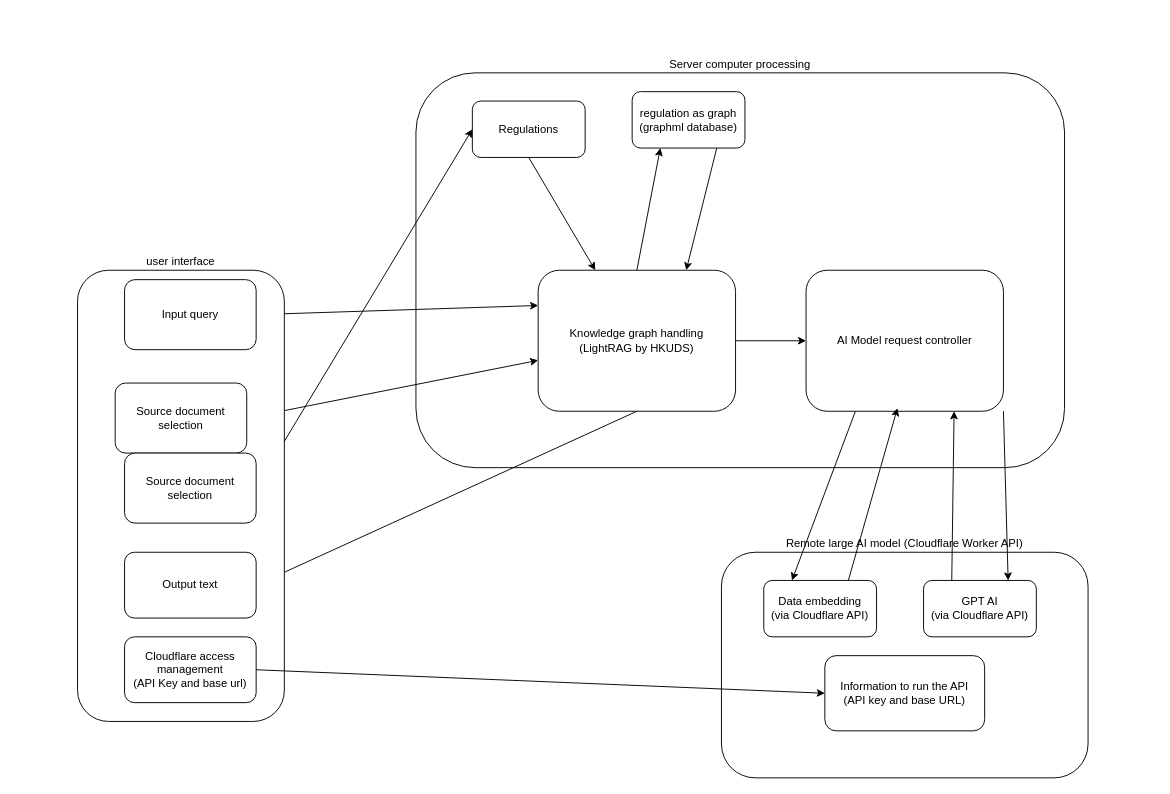
Earlier version of the draw.io diagram program_flowchart.drawio (ConLua-Tools/ConLua). Source tidied: cells renumbered, new cells numbered last; positions are measured from the earlier drawing's top-left corner, leaving out a move shared by most shapes. Both pictures are drawn from the tidied source at 94%, with x=0, y=0 at pixel (77, 72).
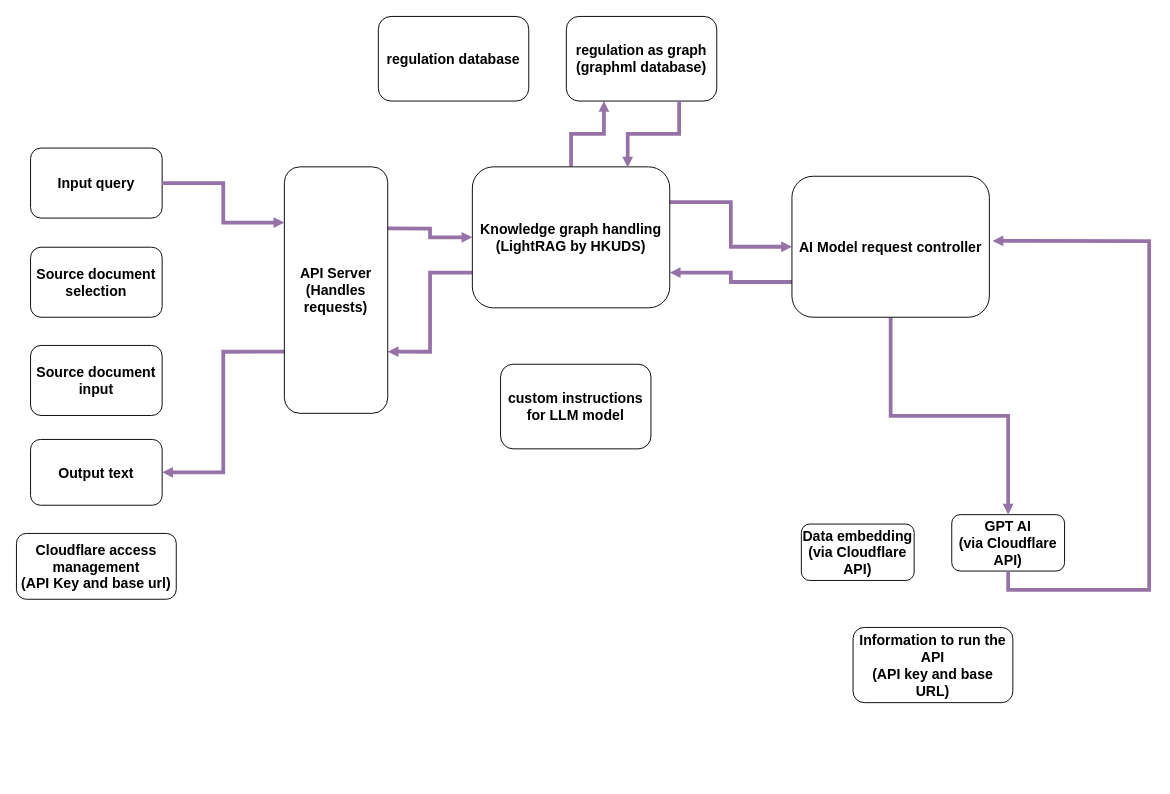
The same page after the edit.

What changed in the source:
```diff
@@
-    <mxCell id="2" value="Server computer processing" style="rounded=1;whiteSpace=wrap;html=1;labelPosition=center;verticalLabelPosition=top;align=center;verticalAlign=bottom;" parent="1" vertex="1">
-      <mxGeometry x="360" width="690" height="420" as="geometry" />
-    </mxCell>
-    <mxCell id="3" value="Remote large AI model (Cloudflare Worker API)" style="rounded=1;whiteSpace=wrap;html=1;labelPosition=center;verticalLabelPosition=top;align=center;verticalAlign=bottom;" parent="1" vertex="1">
-      <mxGeometry x="685" y="510" width="390" height="240" as="geometry" />
-    </mxCell>
-    <mxCell id="4" style="edgeStyle=none;shape=connector;rounded=0;jettySize=auto;html=1;exitX=1;exitY=0.5;exitDx=0;exitDy=0;strokeColor=default;align=center;verticalAlign=middle;fontFamily=Helvetica;fontSize=11;fontColor=default;labelBackgroundColor=default;endArrow=classic;entryX=0;entryY=0.25;entryDx=0;entryDy=0;" parent="1" edge="1" source="20" target="10">
-      <mxGeometry relative="1" as="geometry" />
-    </mxCell>
-    <mxCell id="5" style="rounded=0;jettySize=auto;html=1;exitX=0.5;exitY=1;exitDx=0;exitDy=0;" parent="1" edge="1" source="6" target="10">
-      <mxGeometry relative="1" as="geometry" />
-    </mxCell>
-    <mxCell id="6" value="Regulations" style="rounded=1;whiteSpace=wrap;html=1;" parent="1" vertex="1">
-      <mxGeometry x="420" y="30" width="120" height="60" as="geometry" />
-    </mxCell>
-    <mxCell id="7" style="edgeStyle=none;shape=connector;rounded=0;jettySize=auto;html=1;exitX=0.5;exitY=0;exitDx=0;exitDy=0;entryX=0.25;entryY=1;entryDx=0;entryDy=0;strokeColor=default;align=center;verticalAlign=middle;fontFamily=Helvetica;fontSize=11;fontColor=default;labelBackgroundColor=default;endArrow=classic;" parent="1" edge="1" source="10" target="15">
+    <mxCell id="7" style="edgeStyle=orthogonalEdgeStyle;rounded=0;jettySize=auto;html=1;exitX=0.5;exitY=0;exitDx=0;exitDy=0;entryX=0.25;entryY=1;entryDx=0;entryDy=0;strokeWidth=4;fillColor=#e1d5e7;strokeColor=#9673a6;endArrow=block;endFill=1;jumpSize=4;startSize=6;endSize=1;" parent="1" edge="1" source="10" target="15">
       <mxGeometry relative="1" as="geometry" />
     </mxCell>
-    <mxCell id="8" style="edgeStyle=none;shape=connector;rounded=0;jettySize=auto;html=1;exitX=0.5;exitY=1;exitDx=0;exitDy=0;entryX=1;entryY=0.5;entryDx=0;entryDy=0;strokeColor=default;align=center;verticalAlign=middle;fontFamily=Helvetica;fontSize=11;fontColor=default;labelBackgroundColor=default;endArrow=classic;" parent="1" edge="1" source="10" target="23">
-      <mxGeometry relative="1" as="geometry" />
-    </mxCell>
-    <mxCell id="9" style="edgeStyle=none;shape=connector;rounded=0;jettySize=auto;html=1;exitX=1;exitY=0.5;exitDx=0;exitDy=0;entryX=0;entryY=0.5;entryDx=0;entryDy=0;strokeColor=default;align=center;verticalAlign=middle;fontFamily=Helvetica;fontSize=11;fontColor=default;labelBackgroundColor=default;endArrow=classic;" parent="1" edge="1" source="10" target="30">
+    <mxCell id="9" style="edgeStyle=orthogonalEdgeStyle;rounded=0;jettySize=auto;html=1;exitX=1;exitY=0.25;exitDx=0;exitDy=0;entryX=0;entryY=0.5;entryDx=0;entryDy=0;strokeWidth=4;fillColor=#e1d5e7;strokeColor=#9673a6;endArrow=block;endFill=1;jumpSize=4;startSize=6;endSize=1;" parent="1" edge="1" source="10" target="30">
       <mxGeometry relative="1" as="geometry" />
     </mxCell>
+    <mxCell id="32" style="edgeStyle=orthogonalEdgeStyle;rounded=0;jettySize=auto;html=1;exitX=0;exitY=0.75;exitDx=0;exitDy=0;entryX=1;entryY=0.75;entryDx=0;entryDy=0;strokeWidth=4;fillColor=#e1d5e7;strokeColor=#9673a6;endArrow=block;endFill=1;jumpSize=4;startSize=6;endSize=1;" parent="1" edge="1" source="10" target="38">
+      <mxGeometry relative="1" as="geometry" />
+    </mxCell>
-    <mxCell id="10" value="&lt;div&gt;Knowledge graph handling&lt;/div&gt;&lt;div&gt;(LightRAG by HKUDS)&lt;/div&gt;" style="rounded=1;whiteSpace=wrap;html=1;" parent="1" vertex="1">
-      <mxGeometry x="490" y="210" width="210" height="150" as="geometry" />
+    <mxCell id="10" value="&lt;div&gt;Knowledge graph handling&lt;/div&gt;&lt;div&gt;(LightRAG by HKUDS)&lt;/div&gt;" style="rounded=1;whiteSpace=wrap;html=1;fontSize=15;fontStyle=1;" parent="1" vertex="1">
+      <mxGeometry x="420" y="100" width="210" height="150" as="geometry" />
     </mxCell>
-    <mxCell id="11" value="&lt;div&gt;Data embedding&lt;/div&gt;&lt;div&gt;(via Cloudflare API)&lt;/div&gt;" style="rounded=1;whiteSpace=wrap;html=1;" parent="1" vertex="1">
-      <mxGeometry x="730" y="540" width="120" height="60" as="geometry" />
+    <mxCell id="11" value="&lt;div&gt;Data embedding&lt;/div&gt;&lt;div&gt;(via Cloudflare API)&lt;/div&gt;" style="rounded=1;whiteSpace=wrap;html=1;fontSize=15;fontStyle=1;" parent="1" vertex="1">
+      <mxGeometry x="770" y="480" width="120" height="60" as="geometry" />
     </mxCell>
-    <mxCell id="12" style="edgeStyle=none;shape=connector;rounded=0;jettySize=auto;html=1;exitX=0.25;exitY=0;exitDx=0;exitDy=0;entryX=0.75;entryY=1;entryDx=0;entryDy=0;strokeColor=default;align=center;verticalAlign=middle;fontFamily=Helvetica;fontSize=11;fontColor=default;labelBackgroundColor=default;endArrow=classic;" parent="1" edge="1" source="13" target="30">
-      <mxGeometry relative="1" as="geometry" />
-    </mxCell>
-    <mxCell id="13" value="&lt;div&gt;GPT AI&lt;/div&gt;&lt;div&gt;(via Cloudflare API)&lt;/div&gt;" style="rounded=1;whiteSpace=wrap;html=1;" parent="1" vertex="1">
-      <mxGeometry x="900" y="540" width="120" height="60" as="geometry" />
+    <mxCell id="13" value="&lt;div&gt;GPT AI&lt;/div&gt;&lt;div&gt;(via Cloudflare API)&lt;/div&gt;" style="rounded=1;whiteSpace=wrap;html=1;fontSize=15;fontStyle=1;" parent="1" vertex="1">
+      <mxGeometry x="930" y="470" width="120" height="60" as="geometry" />
     </mxCell>
-    <mxCell id="14" style="edgeStyle=none;shape=connector;rounded=0;jettySize=auto;html=1;exitX=0.75;exitY=1;exitDx=0;exitDy=0;entryX=0.75;entryY=0;entryDx=0;entryDy=0;strokeColor=default;align=center;verticalAlign=middle;fontFamily=Helvetica;fontSize=11;fontColor=default;labelBackgroundColor=default;endArrow=classic;" parent="1" edge="1" source="15" target="10">
-      <mxGeometry relative="1" as="geometry" />
-    </mxCell>
-    <mxCell id="15" value="&lt;div&gt;regulation as graph&lt;/div&gt;&lt;div&gt;(graphml database)&lt;/div&gt;" style="rounded=1;whiteSpace=wrap;html=1;" parent="1" vertex="1">
-      <mxGeometry x="590" y="20" width="120" height="60" as="geometry" />
+    <mxCell id="15" value="&lt;div&gt;regulation as graph&lt;/div&gt;&lt;div&gt;(graphml database)&lt;/div&gt;" style="rounded=1;whiteSpace=wrap;html=1;fontSize=15;fontStyle=1;" parent="1" vertex="1">
+      <mxGeometry x="520" y="-60" width="160" height="90" as="geometry" />
     </mxCell>
-    <mxCell id="16" style="edgeStyle=none;shape=connector;rounded=0;jettySize=auto;html=1;exitX=1;exitY=0.5;exitDx=0;exitDy=0;strokeColor=default;align=center;verticalAlign=middle;fontFamily=Helvetica;fontSize=11;fontColor=default;labelBackgroundColor=default;endArrow=classic;" parent="1" edge="1" source="21" target="10">
-      <mxGeometry relative="1" as="geometry" />
-    </mxCell>
-    <mxCell id="17" style="edgeStyle=none;shape=connector;rounded=0;jettySize=auto;html=1;exitX=1;exitY=0.5;exitDx=0;exitDy=0;strokeColor=default;align=center;verticalAlign=middle;fontFamily=Helvetica;fontSize=11;fontColor=default;labelBackgroundColor=default;endArrow=classic;entryX=0;entryY=0.5;entryDx=0;entryDy=0;" parent="1" edge="1" source="22" target="6">
-      <mxGeometry relative="1" as="geometry" />
-    </mxCell>
-    <mxCell id="18" style="group;" parent="1" vertex="1">
-      <mxGeometry y="210" width="220" height="480" as="geometry" />
-    </mxCell>
-    <mxCell id="19" value="user interface" style="rounded=1;whiteSpace=wrap;html=1;labelPosition=center;verticalLabelPosition=top;align=center;verticalAlign=bottom;" parent="18" vertex="1">
-      <mxGeometry width="220" height="480" as="geometry" />
-    </mxCell>
+    <mxCell id="26" value="Information to run the API&lt;br&gt;(API key and base URL)" style="rounded=1;whiteSpace=wrap;html=1;fontSize=15;fontStyle=1;" parent="1" vertex="1">
+      <mxGeometry x="825" y="590" width="170" height="80" as="geometry" />
+    </mxCell>
+    <mxCell id="29" style="edgeStyle=orthogonalEdgeStyle;rounded=0;jettySize=auto;html=1;exitX=0.5;exitY=1;exitDx=0;exitDy=0;entryX=0.5;entryY=0;entryDx=0;entryDy=0;strokeWidth=4;fillColor=#e1d5e7;strokeColor=#9673a6;endArrow=block;endFill=1;jumpSize=4;startSize=6;endSize=1;" parent="1" edge="1" source="30" target="13">
+      <mxGeometry relative="1" as="geometry" />
+    </mxCell>
+    <mxCell id="33" style="edgeStyle=orthogonalEdgeStyle;rounded=0;jettySize=auto;html=1;exitX=0;exitY=0.75;exitDx=0;exitDy=0;entryX=1;entryY=0.75;entryDx=0;entryDy=0;strokeWidth=4;fillColor=#e1d5e7;strokeColor=#9673a6;endArrow=block;endFill=1;jumpSize=4;startSize=6;endSize=1;" parent="1" edge="1" source="30" target="10">
+      <mxGeometry relative="1" as="geometry" />
+    </mxCell>
+    <mxCell id="30" value="AI Model request controller" style="rounded=1;whiteSpace=wrap;html=1;fontSize=15;fontStyle=1;" parent="1" vertex="1">
+      <mxGeometry x="760" y="110" width="210" height="150" as="geometry" />
+    </mxCell>
-    <mxCell id="20" value="Input query" style="rounded=1;whiteSpace=wrap;html=1;" parent="18" vertex="1">
-      <mxGeometry x="50" y="10" width="140" height="74.5" as="geometry" />
+    <mxCell id="20" value="Input query" style="rounded=1;whiteSpace=wrap;html=1;fontSize=15;fontStyle=1;" parent="1" vertex="1">
+      <mxGeometry x="-50" y="80" width="140" height="74.5" as="geometry" />
     </mxCell>
-    <mxCell id="21" value="Source document selection" style="rounded=1;whiteSpace=wrap;html=1;" parent="18" vertex="1">
-      <mxGeometry x="40" y="120" width="140" height="74.5" as="geometry" />
+    <mxCell id="21" value="Source document selection" style="rounded=1;whiteSpace=wrap;html=1;fontSize=15;fontStyle=1;" parent="1" vertex="1">
+      <mxGeometry x="-50" y="185.5" width="140" height="74.5" as="geometry" />
     </mxCell>
-    <mxCell id="22" value="Source document selection" style="rounded=1;whiteSpace=wrap;html=1;" parent="18" vertex="1">
-      <mxGeometry x="50" y="194.5" width="140" height="74.5" as="geometry" />
+    <mxCell id="22" value="Source document input" style="rounded=1;whiteSpace=wrap;html=1;fontSize=15;fontStyle=1;" parent="1" vertex="1">
+      <mxGeometry x="-50" y="290" width="140" height="74.5" as="geometry" />
     </mxCell>
-    <mxCell id="23" value="Output text" style="rounded=1;whiteSpace=wrap;html=1;" parent="18" vertex="1">
-      <mxGeometry x="50" y="300" width="140" height="70" as="geometry" />
+    <mxCell id="23" value="Output text" style="rounded=1;whiteSpace=wrap;html=1;fontSize=15;fontStyle=1;" parent="1" vertex="1">
+      <mxGeometry x="-50" y="390" width="140" height="70" as="geometry" />
     </mxCell>
-    <mxCell id="24" style="edgeStyle=none;shape=connector;rounded=0;orthogonalLoop=1;jettySize=auto;html=1;exitX=0.25;exitY=1;exitDx=0;exitDy=0;strokeColor=default;align=center;verticalAlign=middle;fontFamily=Helvetica;fontSize=11;fontColor=default;labelBackgroundColor=default;endArrow=classic;" parent="18" edge="1" source="23" target="23">
+    <mxCell id="24" style="edgeStyle=none;shape=connector;rounded=0;orthogonalLoop=1;jettySize=auto;html=1;exitX=0.25;exitY=1;exitDx=0;exitDy=0;strokeColor=default;align=center;verticalAlign=middle;fontFamily=Helvetica;fontSize=15;fontColor=default;labelBackgroundColor=default;endArrow=classic;fontStyle=1;" parent="1" edge="1" source="23" target="23">
       <mxGeometry relative="1" as="geometry" />
     </mxCell>
-    <mxCell id="25" value="&lt;div&gt;Cloudflare access management&lt;/div&gt;&lt;div&gt;(API Key and base url)&lt;/div&gt;" style="rounded=1;whiteSpace=wrap;html=1;" parent="18" vertex="1">
-      <mxGeometry x="50" y="390" width="140" height="70" as="geometry" />
+    <mxCell id="25" value="&lt;div&gt;Cloudflare access management&lt;/div&gt;&lt;div&gt;(API Key and base url)&lt;/div&gt;" style="rounded=1;whiteSpace=wrap;html=1;fontSize=15;fontStyle=1;" parent="1" vertex="1">
+      <mxGeometry x="-65" y="490" width="170" height="70" as="geometry" />
     </mxCell>
-    <mxCell id="26" value="Information to run the API&lt;br&gt;(API key and base URL)" style="rounded=1;whiteSpace=wrap;html=1;" parent="1" vertex="1">
-      <mxGeometry x="795" y="620" width="170" height="80" as="geometry" />
-    </mxCell>
-    <mxCell id="27" style="edgeStyle=none;shape=connector;rounded=0;jettySize=auto;html=1;exitX=1;exitY=0.5;exitDx=0;exitDy=0;strokeColor=default;align=center;verticalAlign=middle;fontFamily=Helvetica;fontSize=11;fontColor=default;labelBackgroundColor=default;endArrow=classic;entryX=0;entryY=0.5;entryDx=0;entryDy=0;" parent="1" edge="1" source="25" target="26">
-      <mxGeometry relative="1" as="geometry" />
-    </mxCell>
-    <mxCell id="28" style="edgeStyle=none;shape=connector;rounded=0;jettySize=auto;html=1;exitX=0.25;exitY=1;exitDx=0;exitDy=0;entryX=0.25;entryY=0;entryDx=0;entryDy=0;strokeColor=default;align=center;verticalAlign=middle;fontFamily=Helvetica;fontSize=11;fontColor=default;labelBackgroundColor=default;endArrow=classic;" parent="1" edge="1" source="30" target="11">
-      <mxGeometry relative="1" as="geometry" />
-    </mxCell>
-    <mxCell id="29" style="edgeStyle=none;shape=connector;rounded=0;jettySize=auto;html=1;exitX=1;exitY=1;exitDx=0;exitDy=0;entryX=0.75;entryY=0;entryDx=0;entryDy=0;strokeColor=default;align=center;verticalAlign=middle;fontFamily=Helvetica;fontSize=11;fontColor=default;labelBackgroundColor=default;endArrow=classic;" parent="1" edge="1" source="30" target="13">
-      <mxGeometry relative="1" as="geometry" />
-    </mxCell>
-    <mxCell id="30" value="AI Model request controller" style="rounded=1;whiteSpace=wrap;html=1;" parent="1" vertex="1">
-      <mxGeometry x="775" y="210" width="210" height="150" as="geometry" />
-    </mxCell>
-    <mxCell id="31" style="edgeStyle=none;shape=connector;rounded=0;jettySize=auto;html=1;exitX=0.75;exitY=0;exitDx=0;exitDy=0;entryX=0.463;entryY=0.978;entryDx=0;entryDy=0;entryPerimeter=0;strokeColor=default;align=center;verticalAlign=middle;fontFamily=Helvetica;fontSize=11;fontColor=default;labelBackgroundColor=default;endArrow=classic;" parent="1" edge="1" source="11" target="30">
-      <mxGeometry relative="1" as="geometry" />
-    </mxCell>
+    <mxCell id="34" value="regulation database" style="rounded=1;whiteSpace=wrap;html=1;fontSize=15;fontStyle=1;" parent="1" vertex="1">
+      <mxGeometry x="320" y="-60" width="160" height="90" as="geometry" />
+    </mxCell>
+    <mxCell id="35" value="custom instructions for LLM model" style="rounded=1;whiteSpace=wrap;html=1;fontSize=15;fontStyle=1;" parent="1" vertex="1">
+      <mxGeometry x="450" y="310" width="160" height="90" as="geometry" />
+    </mxCell>
+    <mxCell id="14" style="edgeStyle=orthogonalEdgeStyle;rounded=0;jettySize=auto;html=1;exitX=0.75;exitY=1;exitDx=0;exitDy=0;entryX=0.787;entryY=0.005;entryDx=0;entryDy=0;entryPerimeter=0;strokeWidth=4;fillColor=#e1d5e7;strokeColor=#9673a6;endArrow=block;endFill=1;jumpSize=4;startSize=6;endSize=1;" parent="1" edge="1" source="15" target="10">
+      <mxGeometry relative="1" as="geometry" />
+    </mxCell>
+    <mxCell id="12" style="edgeStyle=orthogonalEdgeStyle;rounded=0;jettySize=auto;html=1;exitX=0.5;exitY=1;exitDx=0;exitDy=0;entryX=1.016;entryY=0.459;entryDx=0;entryDy=0;entryPerimeter=0;strokeWidth=4;fillColor=#e1d5e7;strokeColor=#9673a6;endArrow=block;endFill=1;jumpSize=4;startSize=6;endSize=1;" parent="1" edge="1" source="13" target="30">
+      <mxGeometry relative="1" as="geometry">
+        <Array as="points">
+          <mxPoint x="990" y="550" />
+          <mxPoint x="1140" y="550" />
+          <mxPoint x="1140" y="179" />
+        </Array>
+      </mxGeometry>
+    </mxCell>
+    <mxCell id="36" style="edgeStyle=orthogonalEdgeStyle;rounded=0;jettySize=auto;html=1;exitX=1;exitY=0.25;exitDx=0;exitDy=0;strokeWidth=4;fillColor=#e1d5e7;strokeColor=#9673a6;endArrow=block;endFill=1;jumpSize=4;startSize=6;endSize=1;" parent="1" edge="1" source="38" target="10">
+      <mxGeometry relative="1" as="geometry" />
+    </mxCell>
+    <mxCell id="37" style="edgeStyle=orthogonalEdgeStyle;rounded=0;jettySize=auto;html=1;exitX=0;exitY=0.75;exitDx=0;exitDy=0;entryX=1;entryY=0.5;entryDx=0;entryDy=0;strokeWidth=4;fillColor=#e1d5e7;strokeColor=#9673a6;endArrow=block;endFill=1;jumpSize=4;startSize=6;endSize=1;" parent="1" edge="1" source="38" target="23">
+      <mxGeometry relative="1" as="geometry" />
+    </mxCell>
+    <mxCell id="38" value="&lt;div&gt;API Server&lt;/div&gt;&lt;div&gt;(Handles requests)&lt;/div&gt;" style="rounded=1;whiteSpace=wrap;html=1;fontSize=15;fontStyle=1;" parent="1" vertex="1">
+      <mxGeometry x="220" y="100" width="110" height="262.2" as="geometry" />
+    </mxCell>
+    <mxCell id="39" style="edgeStyle=orthogonalEdgeStyle;rounded=0;jettySize=auto;html=1;exitX=1;exitY=0.5;exitDx=0;exitDy=0;entryX=0;entryY=0.226;entryDx=0;entryDy=0;entryPerimeter=0;strokeWidth=4;fillColor=#e1d5e7;strokeColor=#9673a6;endArrow=block;endFill=1;jumpSize=4;startSize=6;endSize=1;" parent="1" edge="1" source="20" target="38">
+      <mxGeometry relative="1" as="geometry" />
+    </mxCell>
```
